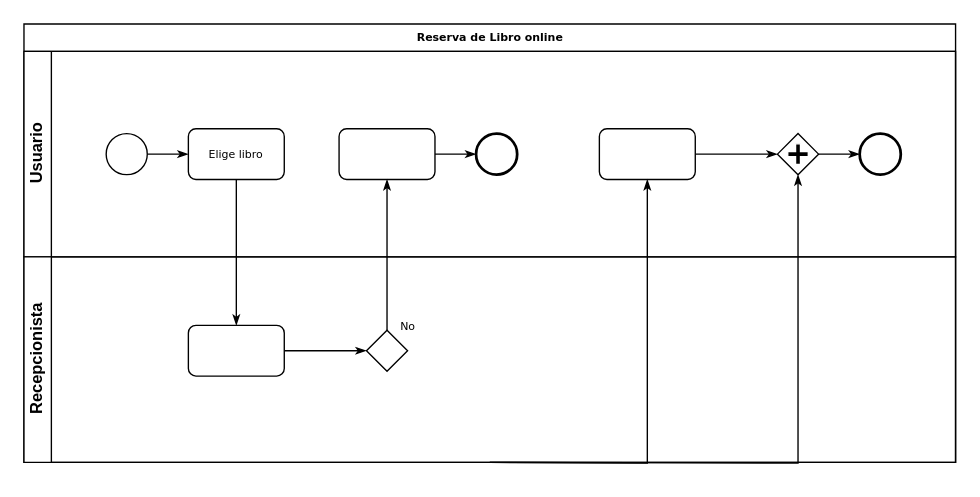
This is page "PréstamoOnline" (2 of 2) of LPII.drawio from BenZumaran/LPII, a draw.io file, before an edit. Source tidied: cells renumbered, new cells numbered last; positions are measured from the earlier drawing's top-left corner, leaving out a move shared by most shapes. Both pictures are drawn from the tidied source at 137%, with x=0, y=0 at pixel (23, 23).
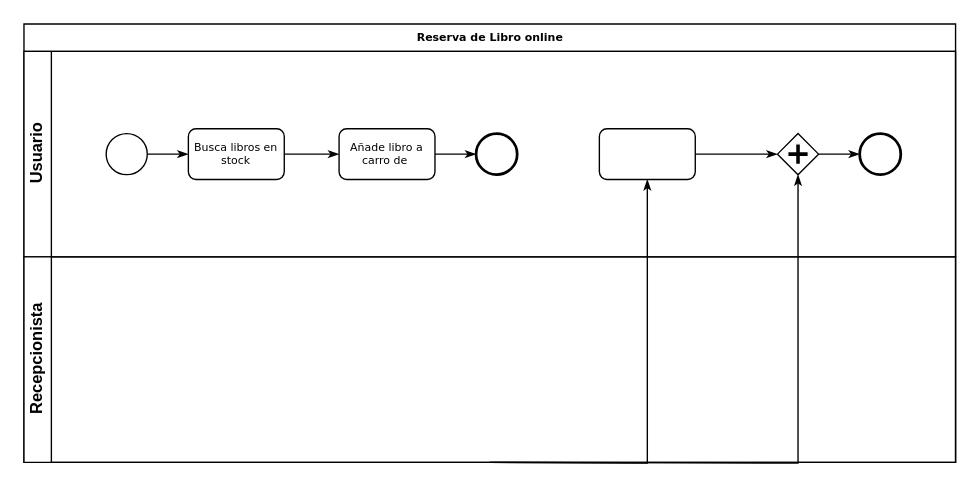
After the change.

Unchanged cells that the change refers to:
```xml
<mxCell id="2" value="Reserva de Libro online" style="swimlane;html=1;horizontal=1;startSize=20;rounded=0;shadow=0;labelBackgroundColor=none;strokeWidth=1;fontFamily=Verdana;fontSize=8;align=center;" parent="1" vertex="1">
  <mxGeometry width="680" height="320" as="geometry" />
</mxCell>
<mxCell id="3" value="Usuario" style="swimlane;html=1;startSize=20;horizontal=0;" parent="2" vertex="1">
  <mxGeometry y="20" width="680" height="150" as="geometry" />
</mxCell>
<mxCell id="15" value="Recepcionista" style="swimlane;html=1;startSize=20;horizontal=0;" parent="2" vertex="1">
  <mxGeometry y="170" width="680" height="150" as="geometry" />
</mxCell>
```

What changed in the source:
```diff
@@
-    <mxCell id="6" value="Elige libro" style="rounded=1;whiteSpace=wrap;html=1;shadow=0;labelBackgroundColor=none;strokeWidth=1;fontFamily=Verdana;fontSize=8;align=center;" parent="3" vertex="1">
+    <mxCell id="6" value="Busca libros en stock" style="rounded=1;whiteSpace=wrap;html=1;shadow=0;labelBackgroundColor=none;strokeWidth=1;fontFamily=Verdana;fontSize=8;align=center;" parent="3" vertex="1">
       <mxGeometry x="120" y="56.5" width="70" height="37" as="geometry" />
     </mxCell>
@@
-    <mxCell id="8" style="rounded=1;whiteSpace=wrap;html=1;shadow=0;labelBackgroundColor=none;strokeWidth=1;fontFamily=Verdana;fontSize=8;align=center;" parent="3" vertex="1">
+    <mxCell id="8" value="Añade libro a carro de&amp;nbsp;" style="rounded=1;whiteSpace=wrap;html=1;shadow=0;labelBackgroundColor=none;strokeWidth=1;fontFamily=Verdana;fontSize=8;align=center;" parent="3" vertex="1">
       <mxGeometry x="230" y="56.5" width="70" height="37" as="geometry" />
     </mxCell>
@@
+    <mxCell id="19" style="edgeStyle=orthogonalEdgeStyle;rounded=0;html=1;labelBackgroundColor=none;startArrow=none;startFill=0;startSize=5;endArrow=classicThin;endFill=1;endSize=5;jettySize=auto;strokeWidth=1;fontFamily=Verdana;fontSize=8;" parent="3" edge="1" source="6" target="8">
+      <mxGeometry relative="1" as="geometry" />
+    </mxCell>
@@
-    <mxCell id="16" style="edgeStyle=orthogonalEdgeStyle;rounded=0;html=1;labelBackgroundColor=none;startArrow=none;startFill=0;startSize=5;endArrow=classicThin;endFill=1;endSize=5;jettySize=auto;strokeWidth=1;fontFamily=Verdana;fontSize=8;" parent="15" edge="1" source="17" target="18">
-      <mxGeometry relative="1" as="geometry" />
-    </mxCell>
-    <mxCell id="17" style="rounded=1;whiteSpace=wrap;html=1;shadow=0;labelBackgroundColor=none;strokeWidth=1;fontFamily=Verdana;fontSize=8;align=center;" parent="15" vertex="1">
-      <mxGeometry x="120" y="50" width="70" height="37" as="geometry" />
-    </mxCell>
-    <mxCell id="18" style="strokeWidth=1;html=1;shape=mxgraph.flowchart.decision;whiteSpace=wrap;rounded=1;shadow=0;labelBackgroundColor=none;fontFamily=Verdana;fontSize=8;align=center;" parent="15" vertex="1">
-      <mxGeometry x="250" y="53.5" width="30" height="30" as="geometry" />
-    </mxCell>
-    <mxCell id="19" style="edgeStyle=orthogonalEdgeStyle;rounded=0;html=1;labelBackgroundColor=none;startArrow=none;startFill=0;startSize=5;endArrow=classicThin;endFill=1;endSize=5;jettySize=auto;strokeWidth=1;fontFamily=Verdana;fontSize=8;" parent="2" edge="1" source="6" target="17">
-      <mxGeometry relative="1" as="geometry" />
-    </mxCell>
-    <mxCell id="20" value="No" style="edgeStyle=orthogonalEdgeStyle;rounded=0;html=1;labelBackgroundColor=none;startArrow=none;startFill=0;startSize=5;endArrow=classicThin;endFill=1;endSize=5;jettySize=auto;strokeWidth=1;fontFamily=Verdana;fontSize=8;" parent="2" edge="1" source="18" target="8">
-      <mxGeometry x="-0.94" y="-15" relative="1" as="geometry" />
-    </mxCell>
```
